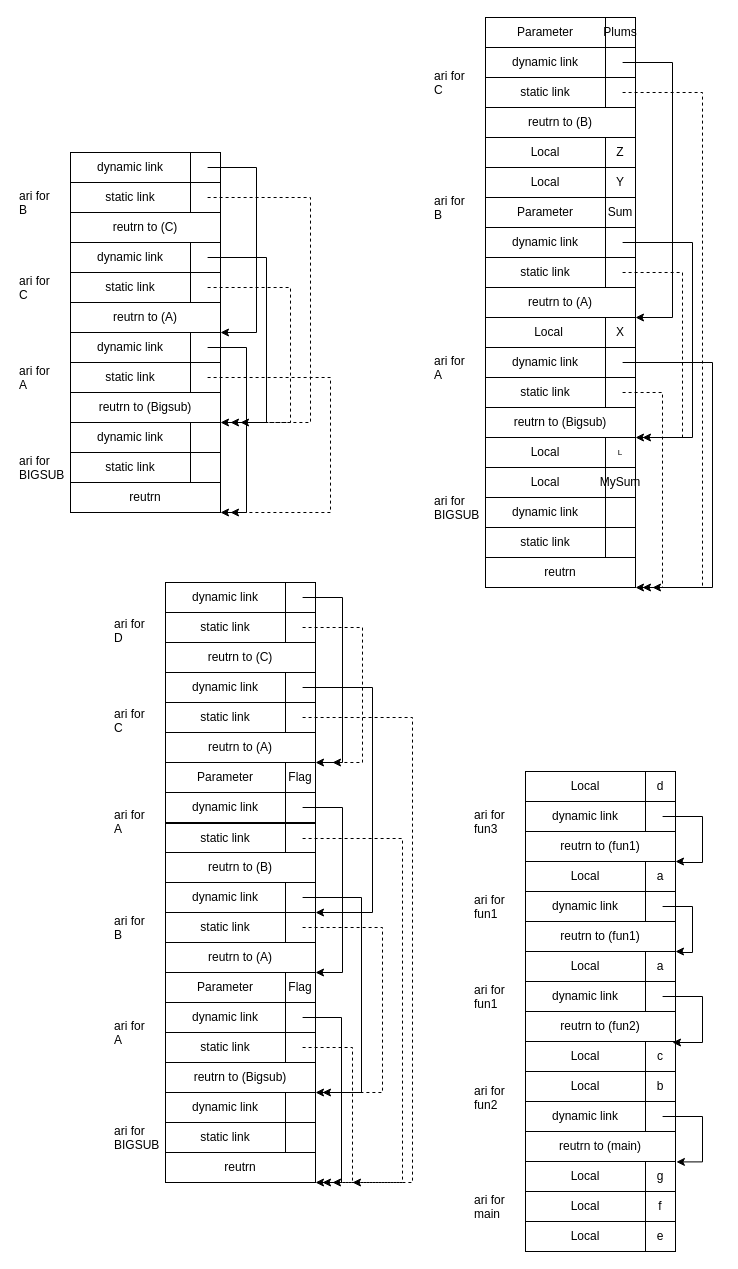
Earlier version of the draw.io diagram stack.drawio (HansenWang983/A-Social-Media-Web-App-with-Microservices). Source tidied: cells renumbered, new cells numbered last; positions are measured from the earlier drawing's top-left corner, leaving out a move shared by most shapes. Both pictures are drawn from the tidied source at 100%, with x=0, y=0 at pixel (17, 17).
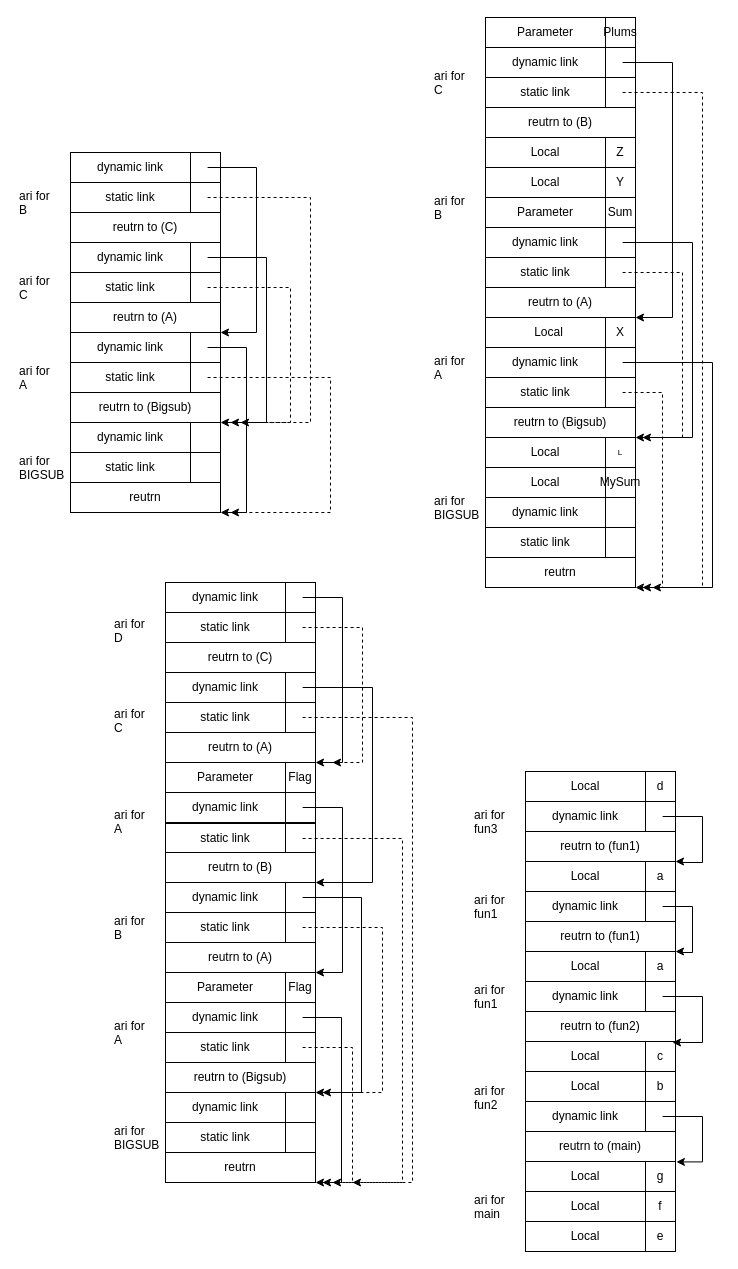
After the change.

Unchanged cells that the change refers to:
```xml
<mxCell id="73" style="rounded=0;whiteSpace=wrap;html=1;points=[[0,0,0,0,0],[0,0.23,0,0,0],[0,0.5,0,0,0],[0,0.77,0,0,0],[0,1,0,0,0],[0.27,0,0,0,0],[0.27,1,0,0,0],[0.5,0,0,0,0],[0.5,1,0,0,0],[0.57,0.5,0,0,0],[0.77,0,0,0,0],[0.77,1,0,0,0],[1,0,0,0,0],[1,0.27,0,0,0],[1,0.77,0,0,0],[1,1,0,0,0]];" parent="1" vertex="1">
  <mxGeometry x="268" y="655" width="30" height="30" as="geometry" />
</mxCell>
<mxCell id="106" style="rounded=0;whiteSpace=wrap;html=1;points=[[0,0,0,0,0],[0,0.23,0,0,0],[0,0.5,0,0,0],[0,0.77,0,0,0],[0,1,0,0,0],[0.27,0,0,0,0],[0.27,1,0,0,0],[0.5,0,0,0,0],[0.5,1,0,0,0],[0.57,0.5,0,0,0],[0.77,0,0,0,0],[0.77,1,0,0,0],[1,0,0,0,0],[1,0.27,0,0,0],[1,0.77,0,0,0],[1,1,0,0,0]];" parent="1" vertex="1">
  <mxGeometry x="268" y="895" width="30" height="30" as="geometry" />
</mxCell>
```

Change to the diagram source:
```diff
@@
-    <mxCell id="109" style="edgeStyle=orthogonalEdgeStyle;rounded=0;jettySize=auto;html=1;exitX=0.57;exitY=0.5;exitDx=0;exitDy=0;exitPerimeter=0;entryX=1;entryY=0;entryDx=0;entryDy=0;entryPerimeter=0;" parent="1" edge="1" source="73" target="106">
+    <mxCell id="109" style="edgeStyle=orthogonalEdgeStyle;rounded=0;jettySize=auto;html=1;exitX=0.57;exitY=0.5;exitDx=0;exitDy=0;exitPerimeter=0;" parent="1" edge="1" source="73">
       <mxGeometry relative="1" as="geometry">
+        <mxPoint x="298" y="865" as="targetPoint" />
         <Array as="points">
           <mxPoint x="355" y="670" />
-          <mxPoint x="355" y="895" />
+          <mxPoint x="355" y="865" />
+          <mxPoint x="298" y="865" />
         </Array>
       </mxGeometry>
     </mxCell>
```
